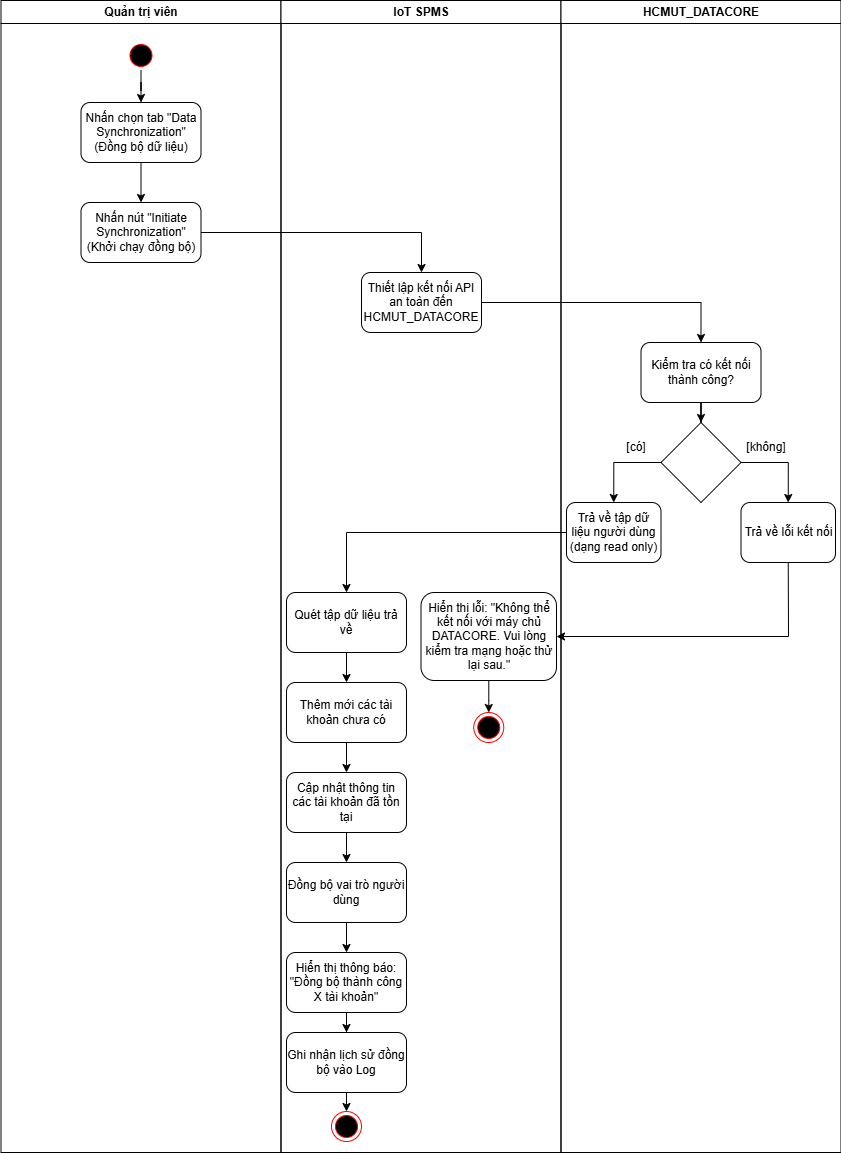
Earlier version of the draw.io export latex/pictures/act_diagram/sync_act.drawio.png (TanLee24/SE_Assignment_252). Source tidied: cells renumbered, new cells last; positions are measured from the earlier drawing's top-left corner, leaving out a move shared by most shapes.
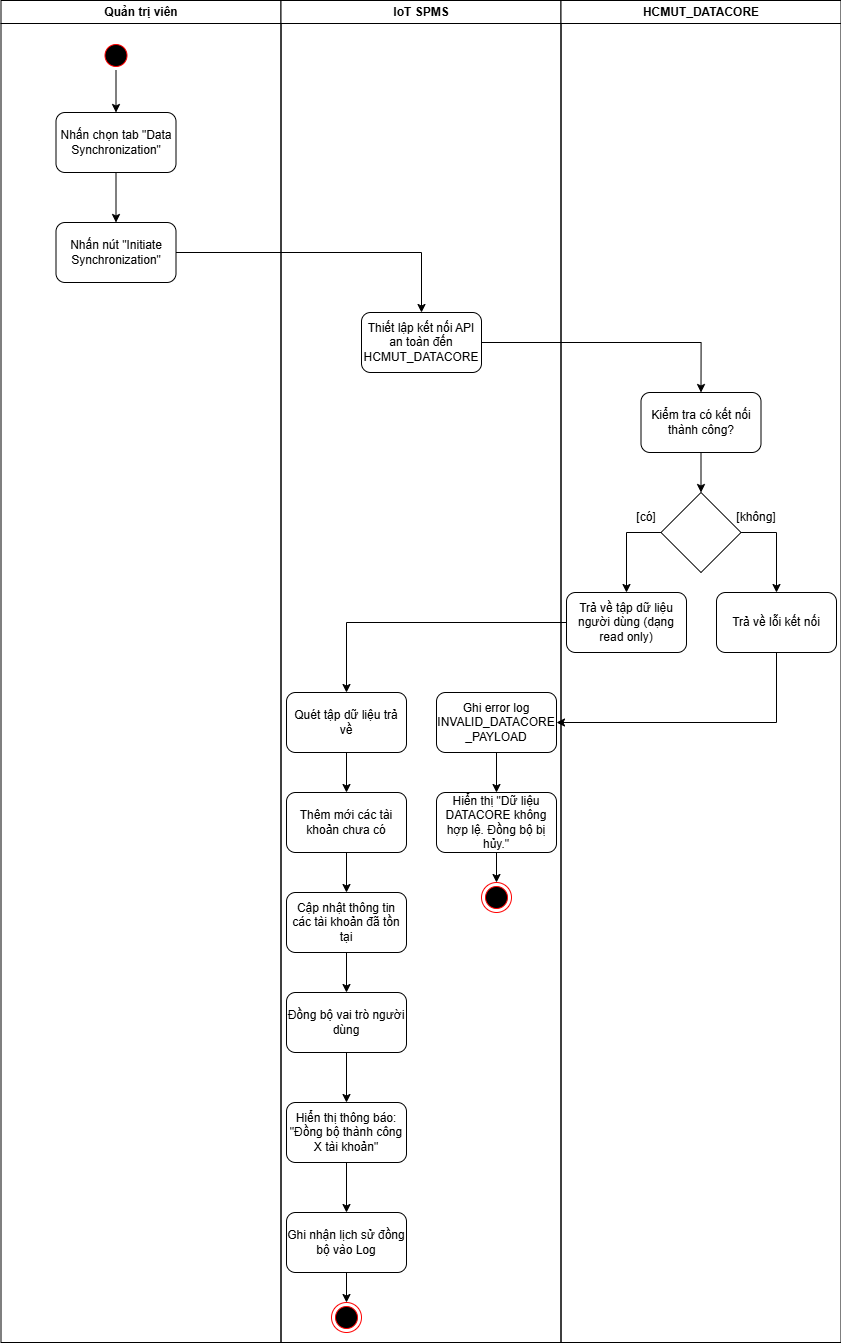
Above is the later version.

Diff of the diagram source:
```diff
@@ -3,130 +3,132 @@
     <mxCell id="0" />
     <mxCell id="1" parent="0" />
     <mxCell id="2" value="Quản trị viên" style="swimlane;whiteSpace=wrap;" parent="1" vertex="1">
-      <mxGeometry x="0.5" width="280" height="1152" as="geometry" />
+      <mxGeometry x="0.5" width="280" height="1342" as="geometry" />
     </mxCell>
-    <mxCell id="3" style="edgeStyle=orthogonalEdgeStyle;rounded=0;jettySize=auto;html=1;" parent="2" edge="1" source="4" target="7">
-      <mxGeometry relative="1" as="geometry" />
-    </mxCell>
+    <mxCell id="41" style="edgeStyle=orthogonalEdgeStyle;rounded=0;jettySize=auto;html=1;entryX=0.5;entryY=0;entryDx=0;entryDy=0;" parent="2" edge="1" source="4" target="43">
+      <mxGeometry relative="1" as="geometry" />
+    </mxCell>
     <mxCell id="4" style="ellipse;shape=startState;fillColor=#000000;strokeColor=#ff0000;" parent="2" vertex="1">
-      <mxGeometry x="125" y="40" width="30" height="30" as="geometry" />
+      <mxGeometry x="100" y="40" width="30" height="30" as="geometry" />
     </mxCell>
-    <mxCell id="5" style="edgeStyle=elbowEdgeStyle;elbow=horizontal;strokeColor=#FF0000;endArrow=open;endFill=1;rounded=0;" parent="2" edge="1" source="x">
-      <mxGeometry relative="1" as="geometry">
-        <mxPoint x="60" y="135" as="targetPoint" />
-        <Array as="points">
-          <mxPoint x="30" y="250" />
-        </Array>
-      </mxGeometry>
-    </mxCell>
-    <mxCell id="6" style="edgeStyle=orthogonalEdgeStyle;rounded=0;jettySize=auto;html=1;" parent="2" edge="1" source="7" target="8">
-      <mxGeometry relative="1" as="geometry" />
-    </mxCell>
-    <mxCell id="7" value="Nhấn chọn tab &quot;Data Synchronization&quot; (Đồng bộ dữ liệu)" style="rounded=1;whiteSpace=wrap;html=1;" parent="2" vertex="1">
-      <mxGeometry x="80" y="102" width="120" height="60" as="geometry" />
-    </mxCell>
-    <mxCell id="8" value="Nhấn nút &quot;Initiate Synchronization&quot; (Khởi chạy đồng bộ)" style="rounded=1;whiteSpace=wrap;html=1;" parent="2" vertex="1">
-      <mxGeometry x="80" y="202" width="120" height="60" as="geometry" />
-    </mxCell>
+    <mxCell id="42" style="edgeStyle=orthogonalEdgeStyle;rounded=0;jettySize=auto;html=1;" parent="2" edge="1" source="43" target="44">
+      <mxGeometry relative="1" as="geometry" />
+    </mxCell>
+    <mxCell id="43" value="Nhấn chọn tab &quot;Data Synchronization&quot;" style="rounded=1;whiteSpace=wrap;html=1;" parent="2" vertex="1">
+      <mxGeometry x="55" y="112" width="120" height="60" as="geometry" />
+    </mxCell>
+    <mxCell id="44" value="Nhấn nút &quot;Initiate Synchronization&quot;" style="rounded=1;whiteSpace=wrap;html=1;" parent="2" vertex="1">
+      <mxGeometry x="55" y="222" width="120" height="60" as="geometry" />
+    </mxCell>
     <mxCell id="9" value="IoT SPMS" style="swimlane;whiteSpace=wrap;" parent="1" vertex="1">
-      <mxGeometry x="280.5" width="280" height="1152" as="geometry" />
+      <mxGeometry x="280.5" width="280" height="1342" as="geometry" />
     </mxCell>
     <mxCell id="10" value="Thiết lập kết nối API an toàn đến HCMUT_DATACORE" style="rounded=1;whiteSpace=wrap;html=1;" parent="9" vertex="1">
-      <mxGeometry x="80.5" y="272" width="120" height="60" as="geometry" />
+      <mxGeometry x="80.5" y="312" width="120" height="60" as="geometry" />
     </mxCell>
+    <mxCell id="45" style="ellipse;shape=endState;fillColor=#000000;strokeColor=#ff0000;" parent="9" vertex="1">
+      <mxGeometry x="200.5" y="882" width="30" height="30" as="geometry" />
+    </mxCell>
+    <mxCell id="46" style="edgeStyle=orthogonalEdgeStyle;rounded=0;jettySize=auto;html=1;" parent="9" edge="1" source="47" target="49">
+      <mxGeometry relative="1" as="geometry" />
+    </mxCell>
+    <mxCell id="47" value="Ghi error log INVALID_DATACORE&lt;div&gt;_PAYLOAD&lt;/div&gt;" style="rounded=1;whiteSpace=wrap;html=1;" parent="9" vertex="1">
+      <mxGeometry x="155.5" y="692" width="120" height="60" as="geometry" />
+    </mxCell>
+    <mxCell id="48" style="edgeStyle=orthogonalEdgeStyle;rounded=0;jettySize=auto;html=1;" parent="9" edge="1" source="49" target="45">
+      <mxGeometry relative="1" as="geometry" />
+    </mxCell>
+    <mxCell id="49" value="Hiển thị &quot;Dữ liệu DATACORE không hợp lệ. Đồng bộ bị hủy.&quot;" style="rounded=1;whiteSpace=wrap;html=1;" parent="9" vertex="1">
+      <mxGeometry x="155.5" y="792" width="120" height="60" as="geometry" />
+    </mxCell>
     <mxCell id="11" style="edgeStyle=orthogonalEdgeStyle;rounded=0;jettySize=auto;html=1;" parent="9" edge="1" source="12" target="14">
       <mxGeometry relative="1" as="geometry" />
     </mxCell>
     <mxCell id="12" value="Quét tập dữ liệu trả về" style="rounded=1;whiteSpace=wrap;html=1;" parent="9" vertex="1">
-      <mxGeometry x="5.5" y="592" width="120" height="60" as="geometry" />
+      <mxGeometry x="5.5" y="692" width="120" height="60" as="geometry" />
     </mxCell>
     <mxCell id="13" style="edgeStyle=orthogonalEdgeStyle;rounded=0;jettySize=auto;html=1;" parent="9" edge="1" source="14" target="19">
       <mxGeometry relative="1" as="geometry" />
     </mxCell>
     <mxCell id="14" value="Thêm mới các tài khoản chưa có" style="rounded=1;whiteSpace=wrap;html=1;" parent="9" vertex="1">
-      <mxGeometry x="5.5" y="682" width="120" height="60" as="geometry" />
+      <mxGeometry x="5.5" y="792" width="120" height="60" as="geometry" />
     </mxCell>
-    <mxCell id="15" style="edgeStyle=orthogonalEdgeStyle;rounded=0;jettySize=auto;html=1;" parent="9" edge="1" source="16" target="17">
-      <mxGeometry relative="1" as="geometry" />
-    </mxCell>
-    <mxCell id="16" value="Hiển thị lỗi: &quot;Không thể kết nối với máy chủ DATACORE. Vui lòng kiểm tra mạng hoặc thử lại sau.&quot;" style="rounded=1;whiteSpace=wrap;html=1;" parent="9" vertex="1">
-      <mxGeometry x="140" y="592" width="135.5" height="88" as="geometry" />
-    </mxCell>
-    <mxCell id="17" style="ellipse;html=1;shape=endState;fillColor=#000000;strokeColor=#ff0000;" parent="9" vertex="1">
-      <mxGeometry x="192.8" y="712" width="30" height="30" as="geometry" />
-    </mxCell>
     <mxCell id="18" style="edgeStyle=orthogonalEdgeStyle;rounded=0;jettySize=auto;html=1;" parent="9" edge="1" source="19" target="21">
       <mxGeometry relative="1" as="geometry" />
     </mxCell>
     <mxCell id="19" value="Cập nhật thông tin các tài khoản đã tồn tại" style="rounded=1;whiteSpace=wrap;html=1;" parent="9" vertex="1">
-      <mxGeometry x="5.5" y="772" width="120" height="60" as="geometry" />
+      <mxGeometry x="5.5" y="892" width="120" height="60" as="geometry" />
     </mxCell>
     <mxCell id="20" style="edgeStyle=orthogonalEdgeStyle;rounded=0;jettySize=auto;html=1;" parent="9" edge="1" source="21" target="23">
       <mxGeometry relative="1" as="geometry" />
     </mxCell>
     <mxCell id="21" value="Đồng bộ vai trò người dùng" style="rounded=1;whiteSpace=wrap;html=1;" parent="9" vertex="1">
-      <mxGeometry x="5.5" y="862" width="120" height="60" as="geometry" />
+      <mxGeometry x="5.5" y="992" width="120" height="60" as="geometry" />
     </mxCell>
     <mxCell id="22" style="edgeStyle=orthogonalEdgeStyle;rounded=0;jettySize=auto;html=1;" parent="9" edge="1" source="23" target="25">
       <mxGeometry relative="1" as="geometry" />
     </mxCell>
     <mxCell id="23" value="Hiển thị thông báo: &quot;Đồng bộ thành công X tài khoản&quot;" style="rounded=1;whiteSpace=wrap;html=1;" parent="9" vertex="1">
-      <mxGeometry x="5.5" y="952" width="120" height="60" as="geometry" />
+      <mxGeometry x="5.5" y="1102" width="120" height="60" as="geometry" />
     </mxCell>
-    <mxCell id="24" style="edgeStyle=orthogonalEdgeStyle;rounded=0;jettySize=auto;html=1;exitX=0.5;exitY=1;exitDx=0;exitDy=0;entryX=0.5;entryY=0;entryDx=0;entryDy=0;" parent="9" edge="1" source="25" target="26">
-      <mxGeometry relative="1" as="geometry" />
-    </mxCell>
+    <mxCell id="50" style="edgeStyle=orthogonalEdgeStyle;rounded=0;jettySize=auto;html=1;" parent="9" edge="1" source="25" target="51">
+      <mxGeometry relative="1" as="geometry" />
+    </mxCell>
     <mxCell id="25" value="Ghi nhận lịch sử đồng bộ vào Log" style="rounded=1;whiteSpace=wrap;html=1;" parent="9" vertex="1">
-      <mxGeometry x="5.5" y="1032" width="120" height="60" as="geometry" />
+      <mxGeometry x="5.5" y="1212" width="120" height="60" as="geometry" />
     </mxCell>
-    <mxCell id="26" style="ellipse;html=1;shape=endState;fillColor=#000000;strokeColor=#ff0000;" parent="9" vertex="1">
-      <mxGeometry x="50.5" y="1111" width="30" height="30" as="geometry" />
-    </mxCell>
+    <mxCell id="51" style="ellipse;shape=endState;fillColor=#000000;strokeColor=#ff0000;" parent="9" vertex="1">
+      <mxGeometry x="50.5" y="1302" width="30" height="30" as="geometry" />
+    </mxCell>
     <mxCell id="27" value="HCMUT_DATACORE" style="swimlane;whiteSpace=wrap;" parent="1" vertex="1">
-      <mxGeometry x="560.5" width="280" height="1152" as="geometry" />
+      <mxGeometry x="560.5" width="280" height="1342" as="geometry" />
     </mxCell>
-    <mxCell id="28" style="edgeStyle=orthogonalEdgeStyle;rounded=0;jettySize=auto;html=1;" parent="27" edge="1" source="29" target="32">
-      <mxGeometry relative="1" as="geometry" />
-    </mxCell>
+    <mxCell id="52" style="edgeStyle=orthogonalEdgeStyle;rounded=0;jettySize=auto;html=1;" parent="27" edge="1" source="29" target="55">
+      <mxGeometry relative="1" as="geometry" />
+    </mxCell>
     <mxCell id="29" value="Kiểm tra có kết nối thành công?" style="rounded=1;whiteSpace=wrap;html=1;" parent="27" vertex="1">
-      <mxGeometry x="80" y="342" width="120" height="60" as="geometry" />
+      <mxGeometry x="80" y="392" width="120" height="60" as="geometry" />
     </mxCell>
-    <mxCell id="30" style="edgeStyle=orthogonalEdgeStyle;rounded=0;jettySize=auto;html=1;exitX=0;exitY=0.5;exitDx=0;exitDy=0;entryX=0.5;entryY=0;entryDx=0;entryDy=0;" parent="27" edge="1" source="32" target="33">
-      <mxGeometry relative="1" as="geometry" />
-    </mxCell>
-    <mxCell id="31" style="edgeStyle=orthogonalEdgeStyle;rounded=0;jettySize=auto;html=1;exitX=1;exitY=0.5;exitDx=0;exitDy=0;entryX=0.5;entryY=0;entryDx=0;entryDy=0;" parent="27" edge="1" source="32" target="34">
-      <mxGeometry relative="1" as="geometry" />
-    </mxCell>
-    <mxCell id="32" style="rhombus;whiteSpace=wrap;html=1;" parent="27" vertex="1">
-      <mxGeometry x="100" y="422" width="80" height="80" as="geometry" />
-    </mxCell>
+    <mxCell id="53" style="edgeStyle=orthogonalEdgeStyle;rounded=0;jettySize=auto;html=1;exitX=1;exitY=0.5;exitDx=0;exitDy=0;entryX=0.5;entryY=0;entryDx=0;entryDy=0;" parent="27" edge="1" source="55" target="34">
+      <mxGeometry relative="1" as="geometry" />
+    </mxCell>
+    <mxCell id="54" style="edgeStyle=orthogonalEdgeStyle;rounded=0;jettySize=auto;html=1;entryX=0.5;entryY=0;entryDx=0;entryDy=0;" parent="27" edge="1" source="55" target="33">
+      <mxGeometry relative="1" as="geometry">
+        <Array as="points">
+          <mxPoint x="66" y="532" />
+        </Array>
+      </mxGeometry>
+    </mxCell>
+    <mxCell id="55" style="rhombus;whiteSpace=wrap;html=1;" parent="27" vertex="1">
+      <mxGeometry x="100" y="492" width="80" height="80" as="geometry" />
+    </mxCell>
     <mxCell id="33" value="Trả về tập dữ liệu người dùng (dạng read only)" style="rounded=1;whiteSpace=wrap;html=1;" parent="27" vertex="1">
-      <mxGeometry x="5.5" y="502" width="94.5" height="60" as="geometry" />
+      <mxGeometry x="5.5" y="592" width="120" height="60" as="geometry" />
     </mxCell>
     <mxCell id="34" value="Trả về lỗi kết nối" style="rounded=1;whiteSpace=wrap;html=1;" parent="27" vertex="1">
-      <mxGeometry x="180" y="502" width="94.5" height="60" as="geometry" />
+      <mxGeometry x="155.5" y="592" width="120" height="60" as="geometry" />
     </mxCell>
     <mxCell id="35" value="[có]" style="text;html=1;whiteSpace=wrap;strokeColor=none;fillColor=none;align=center;verticalAlign=middle;rounded=0;" parent="27" vertex="1">
-      <mxGeometry x="45.5" y="432" width="60" height="30" as="geometry" />
+      <mxGeometry x="55.5" y="502" width="60" height="30" as="geometry" />
     </mxCell>
     <mxCell id="36" value="[không]" style="text;html=1;whiteSpace=wrap;strokeColor=none;fillColor=none;align=center;verticalAlign=middle;rounded=0;" parent="27" vertex="1">
-      <mxGeometry x="175.5" y="432" width="60" height="30" as="geometry" />
+      <mxGeometry x="165.5" y="502" width="60" height="30" as="geometry" />
     </mxCell>
-    <mxCell id="37" style="edgeStyle=orthogonalEdgeStyle;rounded=0;jettySize=auto;html=1;entryX=0.5;entryY=0;entryDx=0;entryDy=0;" parent="1" edge="1" source="8" target="10">
-      <mxGeometry relative="1" as="geometry" />
-    </mxCell>
+    <mxCell id="56" style="edgeStyle=orthogonalEdgeStyle;rounded=0;jettySize=auto;html=1;exitX=1;exitY=0.5;exitDx=0;exitDy=0;entryX=0.5;entryY=0;entryDx=0;entryDy=0;" parent="1" edge="1" source="44" target="10">
+      <mxGeometry relative="1" as="geometry" />
+    </mxCell>
-    <mxCell id="38" style="edgeStyle=orthogonalEdgeStyle;rounded=0;jettySize=auto;html=1;exitX=1;exitY=0.5;exitDx=0;exitDy=0;entryX=0.5;entryY=0;entryDx=0;entryDy=0;" parent="1" edge="1" source="10" target="29">
+    <mxCell id="38" style="edgeStyle=orthogonalEdgeStyle;rounded=0;jettySize=auto;html=1;entryX=0.5;entryY=0;entryDx=0;entryDy=0;" parent="1" edge="1" source="10" target="29">
       <mxGeometry relative="1" as="geometry" />
     </mxCell>
+    <mxCell id="57" style="edgeStyle=orthogonalEdgeStyle;rounded=0;jettySize=auto;html=1;entryX=1;entryY=0.5;entryDx=0;entryDy=0;" parent="1" edge="1" source="34" target="47">
+      <mxGeometry relative="1" as="geometry">
+        <Array as="points">
+          <mxPoint x="776" y="722" />
+        </Array>
+      </mxGeometry>
+    </mxCell>
     <mxCell id="39" style="edgeStyle=orthogonalEdgeStyle;rounded=0;jettySize=auto;html=1;entryX=0.5;entryY=0;entryDx=0;entryDy=0;" parent="1" edge="1" source="33" target="12">
       <mxGeometry relative="1" as="geometry" />
     </mxCell>
-    <mxCell id="40" style="endArrow=classic;html=1;rounded=0;exitX=0.5;exitY=1;exitDx=0;exitDy=0;entryX=1;entryY=0.5;entryDx=0;entryDy=0;" parent="1" edge="1" source="34" target="16">
-      <mxGeometry relative="1" as="geometry">
-        <Array as="points">
-          <mxPoint x="788" y="636" />
-        </Array>
-      </mxGeometry>
-    </mxCell>
   </root>
 </mxGraphModel>
```
